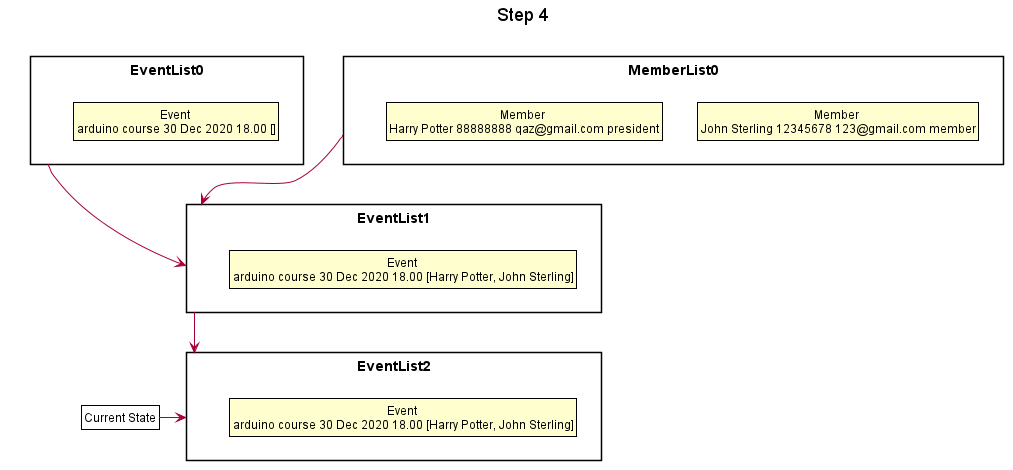
Before: docs/EventDiagram/EventSteps/7Step4.png, a diagram exported from PlantUML (nus-cs2113-AY2021S1/tp). Its diagram source:
```plantuml
@startuml





skinparam BackgroundColor #FFFFFFF

skinparam Shadowing false

skinparam Class {
    FontColor #FFFFFF
    BorderThickness 1
    BorderColor #FFFFFF
    StereotypeFontColor #FFFFFF
    FontName Arial
}

skinparam Actor {
    BorderColor #000000
    Color #000000
    FontName Arial
}

skinparam Sequence {
    MessageAlign center
    BoxFontSize 15
    BoxPadding 0
    BoxFontColor #FFFFFF
    FontName Arial
}

skinparam Participant {
    FontColor #FFFFFFF
    Padding 20
}

skinparam MinClassWidth 50
skinparam ParticipantPadding 10
skinparam Shadowing false
skinparam DefaultTextAlignment center
skinparam packageStyle Rectangle

hide footbox
hide members
hide circle
skinparam ClassFontColor #000000
skinparam ClassBorderColor #000000

title Step 4

package EventList0 {
    class State1 as "Event \narduino course 30 Dec 2020 18.00 []"
}

package MemberList0 {
    class State2 as "Member \nJohn Sterling 12345678 123@gmail.com member"
    class State3 as "Member \nHarry Potter 88888888 qaz@gmail.com president"
}

package EventList1 {
    class State4 as "Event \narduino course 30 Dec 2020 18.00 [Harry Potter, John Sterling]"
}

package EventList2 {
    class State5 as "Event \narduino course 30 Dec 2020 18.00 [Harry Potter, John Sterling]"
}

EventList0 -->EventList1
MemberList0 -->EventList1
EventList1 -->EventList2

class Pointer as "Current State" #FFFFF
Pointer -right-> EventList2

@enduml
```
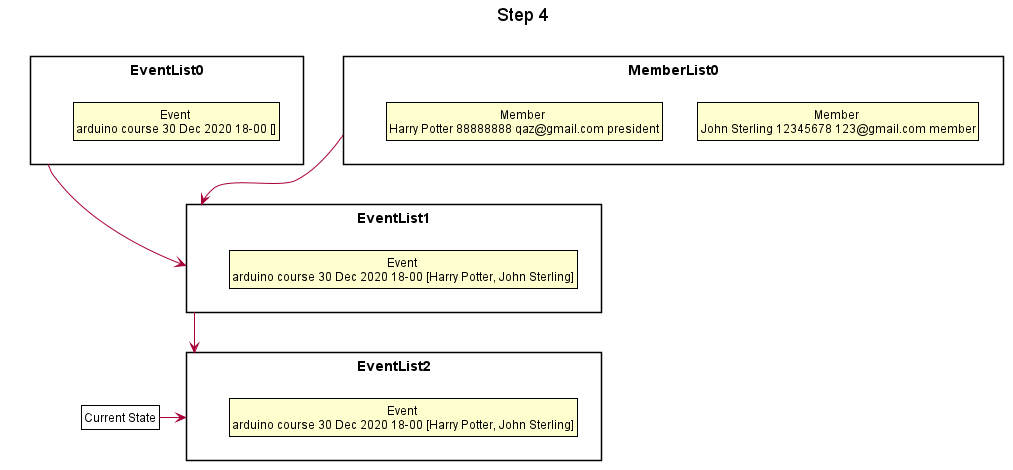
Later version of the same file.

The edit, as a diff of the source:
```diff
@@ -50,7 +50,7 @@
 title Step 4
 
 package EventList0 {
-    class State1 as "Event \narduino course 30 Dec 2020 18.00 []"
+    class State1 as "Event \narduino course 30 Dec 2020 18-00 []"
 }
 
 package MemberList0 {
@@ -59,11 +59,11 @@
 }
 
 package EventList1 {
-    class State4 as "Event \narduino course 30 Dec 2020 18.00 [Harry Potter, John Sterling]"
+    class State4 as "Event \narduino course 30 Dec 2020 18-00 [Harry Potter, John Sterling]"
 }
 
 package EventList2 {
-    class State5 as "Event \narduino course 30 Dec 2020 18.00 [Harry Potter, John Sterling]"
+    class State5 as "Event \narduino course 30 Dec 2020 18-00 [Harry Potter, John Sterling]"
 }
 
 EventList0 -->EventList1
```
